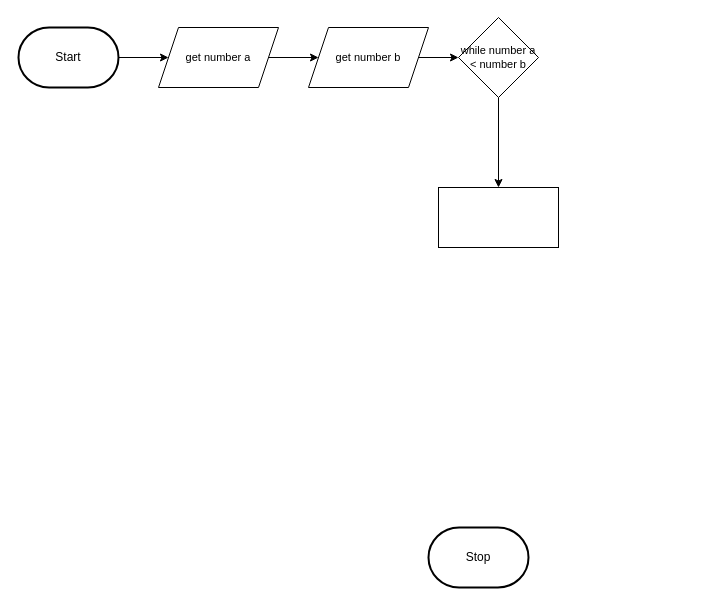
Earlier version of the draw.io diagram design/flowchart.drawio (MTHS-ICS2O-2-2022/ICS2O-Unit-5-06-Mohamad-Tanbari). Source tidied: cells renumbered, new cells numbered last; positions are measured from the earlier drawing's top-left corner, leaving out a move shared by most shapes. Both pictures are drawn from the tidied source at 100%, with x=0, y=0 at pixel (18, 17).
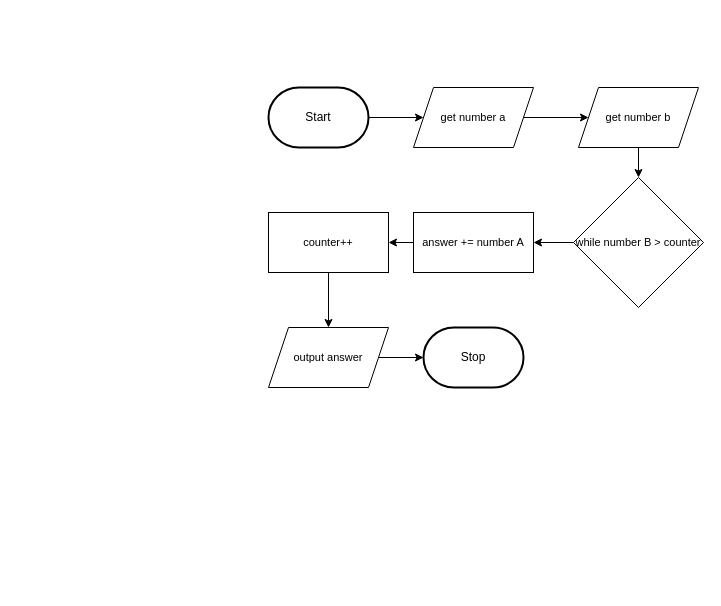
After the change.

Diff of the diagram source:
```diff
@@
 <mxGraphModel>
   <root>
     <mxCell id="0" />
     <mxCell id="1" parent="0" />
     <mxCell id="2" style="edgeStyle=orthogonalEdgeStyle;shape=connector;rounded=0;html=1;labelBackgroundColor=default;strokeColor=default;fontFamily=Helvetica;fontSize=11;fontColor=default;endArrow=classic;" parent="1" edge="1" source="3" target="6">
       <mxGeometry relative="1" as="geometry" />
     </mxCell>
     <mxCell id="3" value="Start" style="strokeWidth=2;html=1;shape=mxgraph.flowchart.terminator;whiteSpace=wrap;" parent="1" vertex="1">
-      <mxGeometry y="10" width="100" height="60" as="geometry" />
+      <mxGeometry x="250" y="70" width="100" height="60" as="geometry" />
     </mxCell>
     <mxCell id="4" value="Stop" style="strokeWidth=2;html=1;shape=mxgraph.flowchart.terminator;whiteSpace=wrap;" parent="1" vertex="1">
-      <mxGeometry x="410" y="510" width="100" height="60" as="geometry" />
+      <mxGeometry x="405" y="310" width="100" height="60" as="geometry" />
     </mxCell>
     <mxCell id="5" style="edgeStyle=orthogonalEdgeStyle;shape=connector;rounded=0;html=1;labelBackgroundColor=default;strokeColor=default;fontFamily=Helvetica;fontSize=11;fontColor=default;endArrow=classic;" parent="1" edge="1" source="6" target="8">
       <mxGeometry relative="1" as="geometry" />
     </mxCell>
     <mxCell id="6" value="get number a" style="shape=parallelogram;perimeter=parallelogramPerimeter;whiteSpace=wrap;html=1;fixedSize=1;fontFamily=Helvetica;fontSize=11;fontColor=default;" parent="1" vertex="1">
-      <mxGeometry x="140" y="10" width="120" height="60" as="geometry" />
+      <mxGeometry x="395" y="70" width="120" height="60" as="geometry" />
     </mxCell>
     <mxCell id="7" style="edgeStyle=orthogonalEdgeStyle;shape=connector;rounded=0;html=1;labelBackgroundColor=default;strokeColor=default;fontFamily=Helvetica;fontSize=11;fontColor=default;endArrow=classic;" parent="1" edge="1" source="8" target="10">
       <mxGeometry relative="1" as="geometry" />
     </mxCell>
     <mxCell id="8" value="get number b" style="shape=parallelogram;perimeter=parallelogramPerimeter;whiteSpace=wrap;html=1;fixedSize=1;fontFamily=Helvetica;fontSize=11;fontColor=default;" parent="1" vertex="1">
-      <mxGeometry x="290" y="10" width="120" height="60" as="geometry" />
+      <mxGeometry x="560" y="70" width="120" height="60" as="geometry" />
     </mxCell>
     <mxCell id="9" style="edgeStyle=orthogonalEdgeStyle;shape=connector;rounded=0;html=1;labelBackgroundColor=default;strokeColor=default;fontFamily=Helvetica;fontSize=11;fontColor=default;endArrow=classic;" parent="1" edge="1" source="10" target="11">
       <mxGeometry relative="1" as="geometry" />
     </mxCell>
-    <mxCell id="10" value="while number a &amp;lt; number b" style="rhombus;whiteSpace=wrap;html=1;fontSize=11;" parent="1" vertex="1">
-      <mxGeometry x="440" width="80" height="80" as="geometry" />
+    <mxCell id="10" value="while number B &amp;gt; counter" style="rhombus;whiteSpace=wrap;html=1;fontSize=11;" parent="1" vertex="1">
+      <mxGeometry x="555" y="160" width="130" height="130" as="geometry" />
     </mxCell>
+    <mxCell id="12" style="edgeStyle=none;html=1;" parent="1" edge="1" source="11" target="14">
+      <mxGeometry relative="1" as="geometry" />
+    </mxCell>
-    <mxCell id="11" style="whiteSpace=wrap;html=1;fontSize=11;" parent="1" vertex="1">
-      <mxGeometry x="420" y="170" width="120" height="60" as="geometry" />
+    <mxCell id="11" value="answer += number A" style="whiteSpace=wrap;html=1;fontSize=11;" parent="1" vertex="1">
+      <mxGeometry x="395" y="195" width="120" height="60" as="geometry" />
     </mxCell>
+    <mxCell id="13" style="edgeStyle=none;html=1;" parent="1" edge="1" source="14" target="16">
+      <mxGeometry relative="1" as="geometry" />
+    </mxCell>
+    <mxCell id="14" value="counter++" style="whiteSpace=wrap;html=1;fontSize=11;" parent="1" vertex="1">
+      <mxGeometry x="250" y="195" width="120" height="60" as="geometry" />
+    </mxCell>
+    <mxCell id="15" style="edgeStyle=none;html=1;" parent="1" edge="1" source="16" target="4">
+      <mxGeometry relative="1" as="geometry" />
+    </mxCell>
+    <mxCell id="16" value="output answer" style="shape=parallelogram;perimeter=parallelogramPerimeter;whiteSpace=wrap;html=1;fixedSize=1;fontSize=11;" parent="1" vertex="1">
+      <mxGeometry x="250" y="310" width="120" height="60" as="geometry" />
+    </mxCell>
   </root>
 </mxGraphModel>
```
